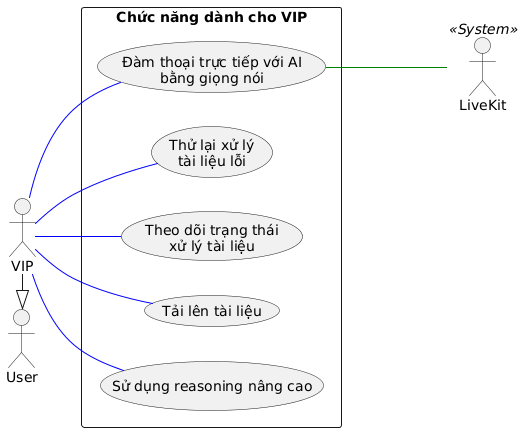
Before: temp/01-UseCase/UML-UseCase-VIP.png, a diagram exported from PlantUML (20206205Tech/docs-uml). Source of this version:
```plantuml
@startuml
left to right direction
skinparam packageStyle rectangle
skinparam shadowing false

actor "User" as User
actor "VIP" as VIP
actor "LiveKit" as LiveKit << System >>

VIP -|> User

rectangle "Chức năng dành cho VIP" {
  usecase "Sử dụng reasoning nâng cao" as UC_AdvancedReasoning
  usecase "Tải lên tài liệu" as UC_UploadDocument
  usecase "Theo dõi trạng thái\nxử lý tài liệu" as UC_DocumentStatus
  usecase "Thử lại xử lý\ntài liệu lỗi" as UC_RetryDocument
  usecase "Đàm thoại trực tiếp với AI\nbằng giọng nói" as UC_VoiceChat
}

VIP -- UC_AdvancedReasoning #blue
VIP -- UC_VoiceChat #blue
VIP -- UC_UploadDocument #blue
VIP -- UC_DocumentStatus #blue
VIP -- UC_RetryDocument #blue

UC_VoiceChat --- LiveKit #green
@enduml
```
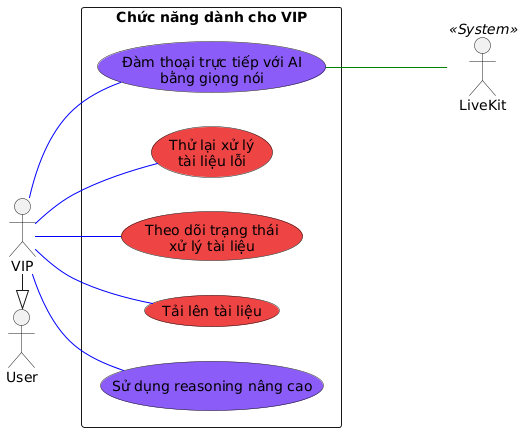
The same diagram one commit later.

The edit, as a diff of the source:
```diff
@@ -10,11 +10,11 @@
 VIP -|> User
 
 rectangle "Chức năng dành cho VIP" {
-  usecase "Sử dụng reasoning nâng cao" as UC_AdvancedReasoning
-  usecase "Tải lên tài liệu" as UC_UploadDocument
-  usecase "Theo dõi trạng thái\nxử lý tài liệu" as UC_DocumentStatus
-  usecase "Thử lại xử lý\ntài liệu lỗi" as UC_RetryDocument
-  usecase "Đàm thoại trực tiếp với AI\nbằng giọng nói" as UC_VoiceChat
+  usecase "Sử dụng reasoning nâng cao" as UC_AdvancedReasoning #8b5cf6
+  usecase "Tải lên tài liệu" as UC_UploadDocument #ef4444
+  usecase "Theo dõi trạng thái\nxử lý tài liệu" as UC_DocumentStatus #ef4444
+  usecase "Thử lại xử lý\ntài liệu lỗi" as UC_RetryDocument #ef4444
+  usecase "Đàm thoại trực tiếp với AI\nbằng giọng nói" as UC_VoiceChat #8b5cf6
 }
 
 VIP -- UC_AdvancedReasoning #blue
```
